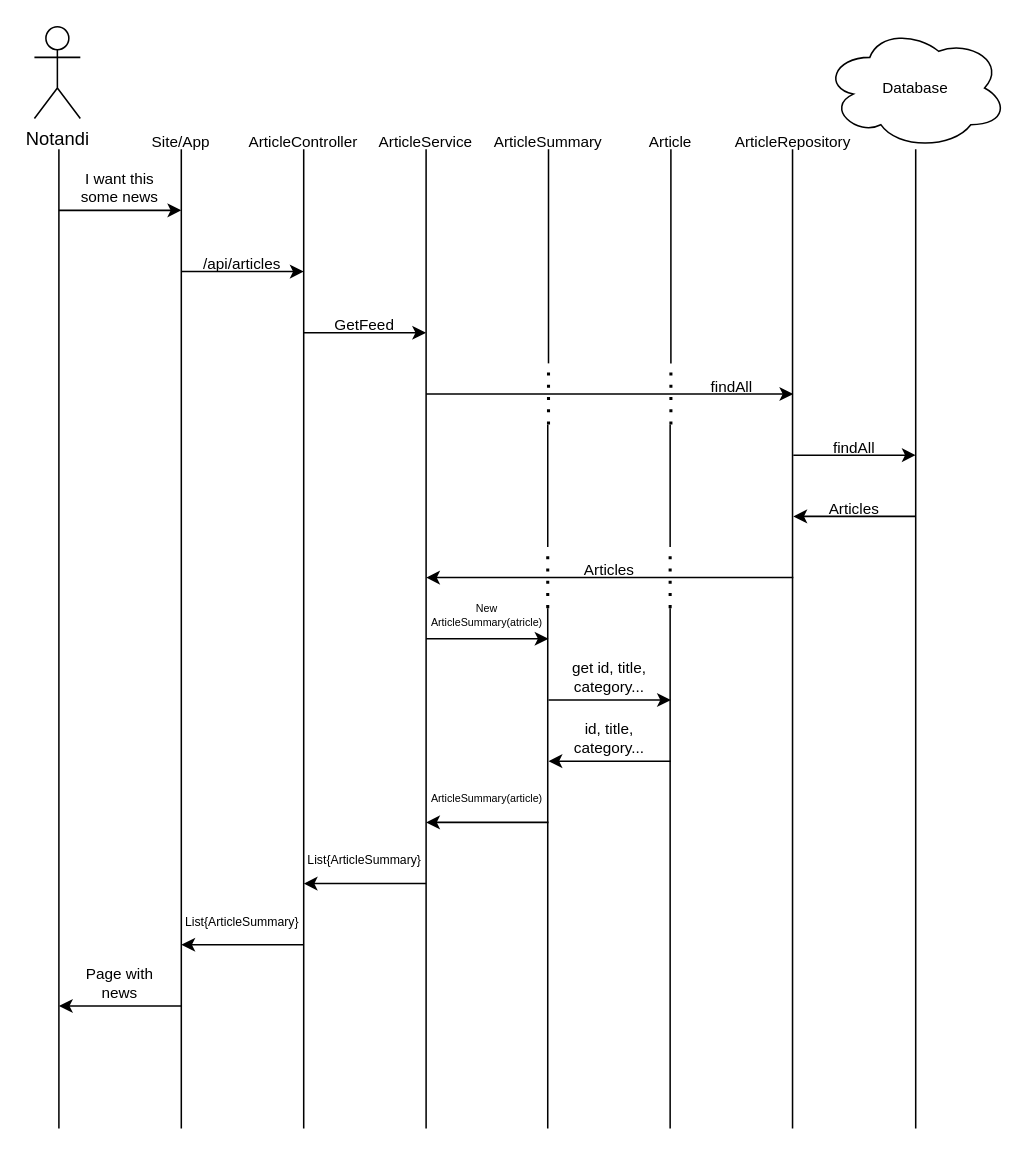
The draw.io diagram diagrams/FeedSequenceDiagram.drawio in KristjanSolvi/hbv501g-team-6-news-aggregator, before the edit. Source tidied: cells renumbered, new cells numbered last; positions are measured from the earlier drawing's top-left corner, leaving out a move shared by most shapes. Both pictures are drawn from the tidied source at 153%, with x=0, y=0 at pixel (34, 26).
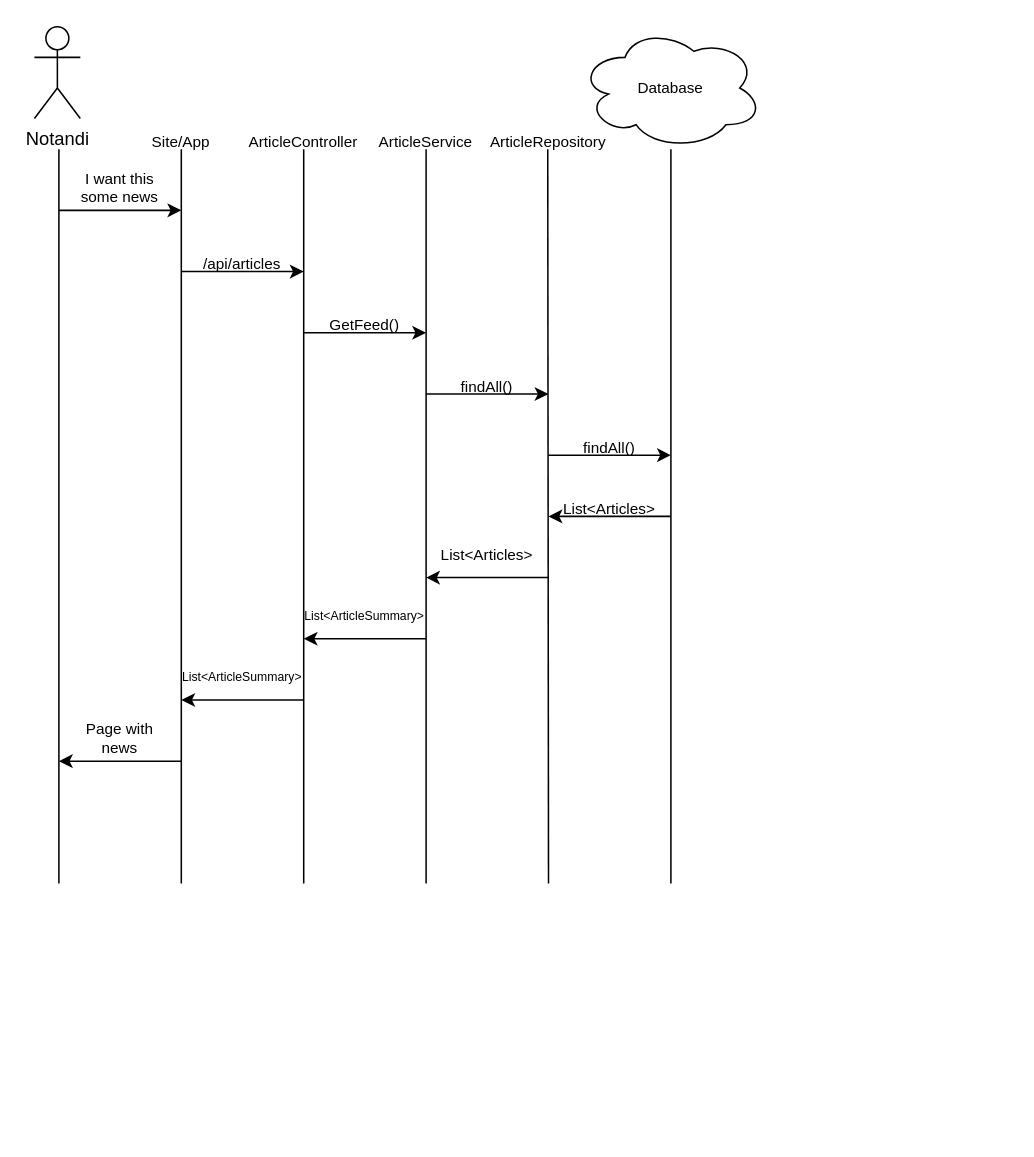
Above is the later version.

Commit message:
Smá updates, gleymdi einu

What changed in the source:
```diff
@@
     <mxCell id="3" style="endArrow=none;html=1;rounded=0;" parent="1" edge="1">
       <mxGeometry relative="1" as="geometry">
-        <mxPoint x="16" y="720" as="sourcePoint" />
+        <mxPoint x="16" y="560" as="sourcePoint" />
         <mxPoint x="16" y="80" as="targetPoint" />
       </mxGeometry>
     </mxCell>
@@
     <mxCell id="5" style="endArrow=none;html=1;rounded=0;" parent="1" edge="1">
       <mxGeometry relative="1" as="geometry">
-        <mxPoint x="176" y="720" as="sourcePoint" />
+        <mxPoint x="176" y="560" as="sourcePoint" />
         <mxPoint x="176" y="80" as="targetPoint" />
       </mxGeometry>
     </mxCell>
     <mxCell id="6" style="endArrow=none;html=1;rounded=0;" parent="1" edge="1">
       <mxGeometry relative="1" as="geometry">
-        <mxPoint x="96" y="720" as="sourcePoint" />
+        <mxPoint x="96" y="560" as="sourcePoint" />
         <mxPoint x="96" y="80" as="targetPoint" />
       </mxGeometry>
     </mxCell>
     <mxCell id="7" style="endArrow=none;html=1;rounded=0;" parent="1" edge="1">
       <mxGeometry relative="1" as="geometry">
-        <mxPoint x="256" y="720" as="sourcePoint" />
+        <mxPoint x="256" y="560" as="sourcePoint" />
         <mxPoint x="256" y="80" as="targetPoint" />
       </mxGeometry>
     </mxCell>
@@
-    <mxCell id="15" value="GetFeed" style="text;html=1;whiteSpace=wrap;strokeColor=none;fillColor=none;align=center;verticalAlign=middle;rounded=0;fontSize=10;" parent="1" vertex="1">
+    <mxCell id="15" value="GetFeed()" style="text;html=1;whiteSpace=wrap;strokeColor=none;fillColor=none;align=center;verticalAlign=middle;rounded=0;fontSize=10;" parent="1" vertex="1">
       <mxGeometry x="186" y="180" width="60" height="30" as="geometry" />
     </mxCell>
     <mxCell id="16" style="endArrow=none;html=1;rounded=0;" parent="1" edge="1">
       <mxGeometry relative="1" as="geometry">
-        <mxPoint x="495.5" y="720" as="sourcePoint" />
-        <mxPoint x="495.5" y="80" as="targetPoint" />
+        <mxPoint x="336" y="560" as="sourcePoint" />
+        <mxPoint x="335.5" y="80" as="targetPoint" />
       </mxGeometry>
     </mxCell>
     <mxCell id="17" value="ArticleRepository" style="text;html=1;whiteSpace=wrap;strokeColor=none;fillColor=none;align=center;verticalAlign=middle;rounded=0;fontSize=10;" parent="1" vertex="1">
-      <mxGeometry x="466" y="60" width="60" height="30" as="geometry" />
+      <mxGeometry x="306" y="60" width="60" height="30" as="geometry" />
     </mxCell>
     <mxCell id="18" style="endArrow=classic;html=1;rounded=0;" parent="1" edge="1">
       <mxGeometry relative="1" as="geometry">
         <mxPoint x="256" y="240" as="sourcePoint" />
-        <mxPoint x="496" y="240" as="targetPoint" />
+        <mxPoint x="336" y="240" as="targetPoint" />
       </mxGeometry>
     </mxCell>
     <mxCell id="19" value="Database" style="ellipse;shape=cloud;whiteSpace=wrap;html=1;fontSize=10;" parent="1" vertex="1">
-      <mxGeometry x="516" width="120" height="80" as="geometry" />
+      <mxGeometry x="356" width="120" height="80" as="geometry" />
     </mxCell>
     <mxCell id="20" style="endArrow=none;html=1;rounded=0;" parent="1" edge="1">
       <mxGeometry relative="1" as="geometry">
-        <mxPoint x="576" y="720" as="sourcePoint" />
-        <mxPoint x="576" y="80" as="targetPoint" />
+        <mxPoint x="416" y="560" as="sourcePoint" />
+        <mxPoint x="416" y="80" as="targetPoint" />
       </mxGeometry>
     </mxCell>
     <mxCell id="21" style="endArrow=classic;html=1;rounded=0;" parent="1" edge="1">
       <mxGeometry relative="1" as="geometry">
-        <mxPoint x="496" y="280" as="sourcePoint" />
-        <mxPoint x="576" y="280" as="targetPoint" />
+        <mxPoint x="336" y="280" as="sourcePoint" />
+        <mxPoint x="416" y="280" as="targetPoint" />
       </mxGeometry>
     </mxCell>
-    <mxCell id="22" value="findAll" style="text;html=1;whiteSpace=wrap;strokeColor=none;fillColor=none;align=center;verticalAlign=middle;rounded=0;fontSize=10;" parent="1" vertex="1">
-      <mxGeometry x="506" y="260" width="60" height="30" as="geometry" />
+    <mxCell id="22" value="findAll()" style="text;html=1;whiteSpace=wrap;strokeColor=none;fillColor=none;align=center;verticalAlign=middle;rounded=0;fontSize=10;" parent="1" vertex="1">
+      <mxGeometry x="346" y="260" width="60" height="30" as="geometry" />
     </mxCell>
     <mxCell id="23" style="endArrow=classic;html=1;rounded=0;" parent="1" edge="1">
       <mxGeometry relative="1" as="geometry">
-        <mxPoint x="576" y="320" as="sourcePoint" />
-        <mxPoint x="496" y="320" as="targetPoint" />
+        <mxPoint x="416" y="320" as="sourcePoint" />
+        <mxPoint x="336" y="320" as="targetPoint" />
       </mxGeometry>
     </mxCell>
-    <mxCell id="24" style="endArrow=none;html=1;rounded=0;" parent="1" edge="1">
-      <mxGeometry relative="1" as="geometry">
-        <mxPoint x="336" y="220" as="sourcePoint" />
-        <mxPoint x="336" y="80" as="targetPoint" />
-      </mxGeometry>
-    </mxCell>
-    <mxCell id="25" value="ArticleSummary" style="text;html=1;whiteSpace=wrap;strokeColor=none;fillColor=none;align=center;verticalAlign=middle;rounded=0;fontSize=10;" parent="1" vertex="1">
-      <mxGeometry x="306" y="60" width="60" height="30" as="geometry" />
-    </mxCell>
-    <mxCell id="26" style="endArrow=none;dashed=1;html=1;dashPattern=1 3;strokeWidth=2;rounded=0;" parent="1" edge="1">
-      <mxGeometry relative="1" as="geometry">
-        <mxPoint x="336" y="260" as="sourcePoint" />
-        <mxPoint x="336" y="220" as="targetPoint" />
-      </mxGeometry>
-    </mxCell>
-    <mxCell id="27" style="endArrow=none;html=1;rounded=0;" parent="1" edge="1">
-      <mxGeometry relative="1" as="geometry">
-        <mxPoint x="335.5" y="340" as="sourcePoint" />
-        <mxPoint x="335.5" y="260" as="targetPoint" />
-      </mxGeometry>
-    </mxCell>
-    <mxCell id="28" style="endArrow=none;html=1;rounded=0;" parent="1" edge="1">
-      <mxGeometry relative="1" as="geometry">
-        <mxPoint x="335.5" y="720" as="sourcePoint" />
-        <mxPoint x="335.5" y="380" as="targetPoint" />
-      </mxGeometry>
-    </mxCell>
-    <mxCell id="29" style="endArrow=none;dashed=1;html=1;dashPattern=1 3;strokeWidth=2;rounded=0;" parent="1" edge="1">
-      <mxGeometry relative="1" as="geometry">
-        <mxPoint x="335.5" y="380" as="sourcePoint" />
-        <mxPoint x="335.5" y="340" as="targetPoint" />
-      </mxGeometry>
-    </mxCell>
     <mxCell id="30" style="endArrow=classic;html=1;rounded=0;" parent="1" edge="1">
       <mxGeometry relative="1" as="geometry">
-        <mxPoint x="496" y="360" as="sourcePoint" />
+        <mxPoint x="336" y="360" as="sourcePoint" />
         <mxPoint x="256" y="360" as="targetPoint" />
       </mxGeometry>
     </mxCell>
-    <mxCell id="31" style="endArrow=classic;html=1;rounded=0;" parent="1" edge="1">
-      <mxGeometry relative="1" as="geometry">
-        <mxPoint x="336" y="520" as="sourcePoint" />
-        <mxPoint x="256" y="520" as="targetPoint" />
-      </mxGeometry>
-    </mxCell>
     <mxCell id="32" style="endArrow=classic;html=1;rounded=0;" parent="1" edge="1">
       <mxGeometry relative="1" as="geometry">
-        <mxPoint x="256" y="560" as="sourcePoint" />
-        <mxPoint x="176" y="560" as="targetPoint" />
+        <mxPoint x="256" y="400" as="sourcePoint" />
+        <mxPoint x="176" y="400" as="targetPoint" />
       </mxGeometry>
     </mxCell>
     <mxCell id="33" style="endArrow=classic;html=1;rounded=0;" parent="1" edge="1">
       <mxGeometry relative="1" as="geometry">
-        <mxPoint x="176" y="600" as="sourcePoint" />
-        <mxPoint x="96" y="600" as="targetPoint" />
+        <mxPoint x="176" y="440" as="sourcePoint" />
+        <mxPoint x="96" y="440" as="targetPoint" />
       </mxGeometry>
     </mxCell>
     <mxCell id="34" style="endArrow=classic;html=1;rounded=0;" parent="1" edge="1">
       <mxGeometry relative="1" as="geometry">
-        <mxPoint x="96" y="640" as="sourcePoint" />
-        <mxPoint x="16" y="640" as="targetPoint" />
+        <mxPoint x="96" y="480" as="sourcePoint" />
+        <mxPoint x="16" y="480" as="targetPoint" />
       </mxGeometry>
     </mxCell>
-    <mxCell id="35" value="findAll" style="text;html=1;whiteSpace=wrap;strokeColor=none;fillColor=none;align=center;verticalAlign=middle;rounded=0;fontSize=10;" parent="1" vertex="1">
-      <mxGeometry x="426" y="220" width="60" height="30" as="geometry" />
+    <mxCell id="35" value="findAll()" style="text;html=1;whiteSpace=wrap;strokeColor=none;fillColor=none;align=center;verticalAlign=middle;rounded=0;fontSize=10;" parent="1" vertex="1">
+      <mxGeometry x="266" y="220" width="60" height="30" as="geometry" />
     </mxCell>
-    <mxCell id="36" style="endArrow=none;html=1;rounded=0;" parent="1" edge="1">
-      <mxGeometry relative="1" as="geometry">
-        <mxPoint x="416" y="220" as="sourcePoint" />
-        <mxPoint x="416" y="80" as="targetPoint" />
-      </mxGeometry>
-    </mxCell>
-    <mxCell id="37" value="Article" style="text;html=1;whiteSpace=wrap;strokeColor=none;fillColor=none;align=center;verticalAlign=middle;rounded=0;fontSize=10;" parent="1" vertex="1">
-      <mxGeometry x="386" y="60" width="60" height="30" as="geometry" />
-    </mxCell>
-    <mxCell id="38" style="endArrow=none;dashed=1;html=1;dashPattern=1 3;strokeWidth=2;rounded=0;" parent="1" edge="1">
-      <mxGeometry relative="1" as="geometry">
-        <mxPoint x="416" y="260" as="sourcePoint" />
-        <mxPoint x="416" y="220" as="targetPoint" />
-      </mxGeometry>
-    </mxCell>
-    <mxCell id="39" style="endArrow=none;html=1;rounded=0;" parent="1" edge="1">
-      <mxGeometry relative="1" as="geometry">
-        <mxPoint x="415.5" y="340" as="sourcePoint" />
-        <mxPoint x="415.5" y="260" as="targetPoint" />
-      </mxGeometry>
-    </mxCell>
-    <mxCell id="40" style="endArrow=none;html=1;rounded=0;" parent="1" edge="1">
-      <mxGeometry relative="1" as="geometry">
-        <mxPoint x="415.5" y="720" as="sourcePoint" />
-        <mxPoint x="415.5" y="380" as="targetPoint" />
-      </mxGeometry>
-    </mxCell>
-    <mxCell id="41" style="endArrow=none;dashed=1;html=1;dashPattern=1 3;strokeWidth=2;rounded=0;" parent="1" edge="1">
-      <mxGeometry relative="1" as="geometry">
-        <mxPoint x="415.5" y="380" as="sourcePoint" />
-        <mxPoint x="415.5" y="340" as="targetPoint" />
-      </mxGeometry>
-    </mxCell>
-    <mxCell id="42" style="endArrow=classic;html=1;rounded=0;" parent="1" edge="1">
-      <mxGeometry relative="1" as="geometry">
-        <mxPoint x="336" y="440" as="sourcePoint" />
-        <mxPoint x="416" y="440" as="targetPoint" />
-      </mxGeometry>
-    </mxCell>
-    <mxCell id="43" style="endArrow=classic;html=1;rounded=0;" parent="1" edge="1">
-      <mxGeometry relative="1" as="geometry">
-        <mxPoint x="416" y="480" as="sourcePoint" />
-        <mxPoint x="336" y="480" as="targetPoint" />
-      </mxGeometry>
-    </mxCell>
-    <mxCell id="44" value="Articles" style="text;html=1;whiteSpace=wrap;strokeColor=none;fillColor=none;align=center;verticalAlign=middle;rounded=0;fontSize=10;" parent="1" vertex="1">
-      <mxGeometry x="506" y="300" width="60" height="30" as="geometry" />
+    <mxCell id="44" value="List&amp;lt;Articles&amp;gt;" style="text;html=1;whiteSpace=wrap;strokeColor=none;fillColor=none;align=center;verticalAlign=middle;rounded=0;fontSize=10;" parent="1" vertex="1">
+      <mxGeometry x="346" y="300" width="60" height="30" as="geometry" />
     </mxCell>
-    <mxCell id="45" value="Articles" style="text;html=1;whiteSpace=wrap;strokeColor=none;fillColor=none;align=center;verticalAlign=middle;rounded=0;fontSize=10;" parent="1" vertex="1">
-      <mxGeometry x="346" y="340" width="60" height="30" as="geometry" />
-    </mxCell>
-    <mxCell id="46" value="New ArticleSummary(atricle)" style="text;html=1;whiteSpace=wrap;strokeColor=none;fillColor=none;align=center;verticalAlign=middle;rounded=0;fontSize=7;" parent="1" vertex="1">
-      <mxGeometry x="266" y="370" width="60" height="30" as="geometry" />
-    </mxCell>
-    <mxCell id="47" style="endArrow=classic;html=1;rounded=0;" parent="1" edge="1">
-      <mxGeometry relative="1" as="geometry">
-        <mxPoint x="256" y="400" as="sourcePoint" />
-        <mxPoint x="336" y="400" as="targetPoint" />
-      </mxGeometry>
-    </mxCell>
-    <mxCell id="48" value="get id, title, category..." style="text;html=1;whiteSpace=wrap;strokeColor=none;fillColor=none;align=center;verticalAlign=middle;rounded=0;fontSize=10;" parent="1" vertex="1">
-      <mxGeometry x="346" y="410" width="60" height="30" as="geometry" />
-    </mxCell>
-    <mxCell id="49" value="id, title, category..." style="text;html=1;whiteSpace=wrap;strokeColor=none;fillColor=none;align=center;verticalAlign=middle;rounded=0;fontSize=10;" parent="1" vertex="1">
-      <mxGeometry x="346" y="450" width="60" height="30" as="geometry" />
-    </mxCell>
-    <mxCell id="50" value="ArticleSummary(article)" style="text;html=1;whiteSpace=wrap;strokeColor=none;fillColor=none;align=center;verticalAlign=middle;rounded=0;fontSize=7;" parent="1" vertex="1">
-      <mxGeometry x="266" y="490" width="60" height="30" as="geometry" />
-    </mxCell>
-    <mxCell id="51" value="List{ArticleSummary}" style="text;html=1;whiteSpace=wrap;strokeColor=none;fillColor=none;align=center;verticalAlign=middle;rounded=0;fontSize=8;" parent="1" vertex="1">
-      <mxGeometry x="186" y="530" width="60" height="30" as="geometry" />
+    <mxCell id="51" value="List&amp;lt;ArticleSummary&amp;gt;" style="text;html=1;whiteSpace=wrap;strokeColor=none;fillColor=none;align=center;verticalAlign=middle;rounded=0;fontSize=8;" parent="1" vertex="1">
+      <mxGeometry x="186" y="370" width="60" height="30" as="geometry" />
     </mxCell>
-    <mxCell id="52" value="List{ArticleSummary}" style="text;html=1;whiteSpace=wrap;strokeColor=none;fillColor=none;align=center;verticalAlign=middle;rounded=0;fontSize=8;" parent="1" vertex="1">
-      <mxGeometry x="106" y="570" width="60" height="30" as="geometry" />
+    <mxCell id="52" value="List&amp;lt;ArticleSummary&amp;gt;" style="text;html=1;whiteSpace=wrap;strokeColor=none;fillColor=none;align=center;verticalAlign=middle;rounded=0;fontSize=8;" parent="1" vertex="1">
+      <mxGeometry x="106" y="410" width="60" height="30" as="geometry" />
     </mxCell>
     <mxCell id="53" value="Page with news" style="text;html=1;whiteSpace=wrap;strokeColor=none;fillColor=none;align=center;verticalAlign=middle;rounded=0;fontSize=10;" parent="1" vertex="1">
-      <mxGeometry x="26" y="610" width="60" height="30" as="geometry" />
+      <mxGeometry x="26" y="450" width="60" height="30" as="geometry" />
     </mxCell>
+    <mxCell id="54" value="List&amp;lt;Articles&amp;gt;" style="text;html=1;whiteSpace=wrap;strokeColor=none;fillColor=none;align=center;verticalAlign=middle;rounded=0;fontSize=10;" parent="1" vertex="1">
+      <mxGeometry x="266" y="330" width="60" height="30" as="geometry" />
+    </mxCell>
```
